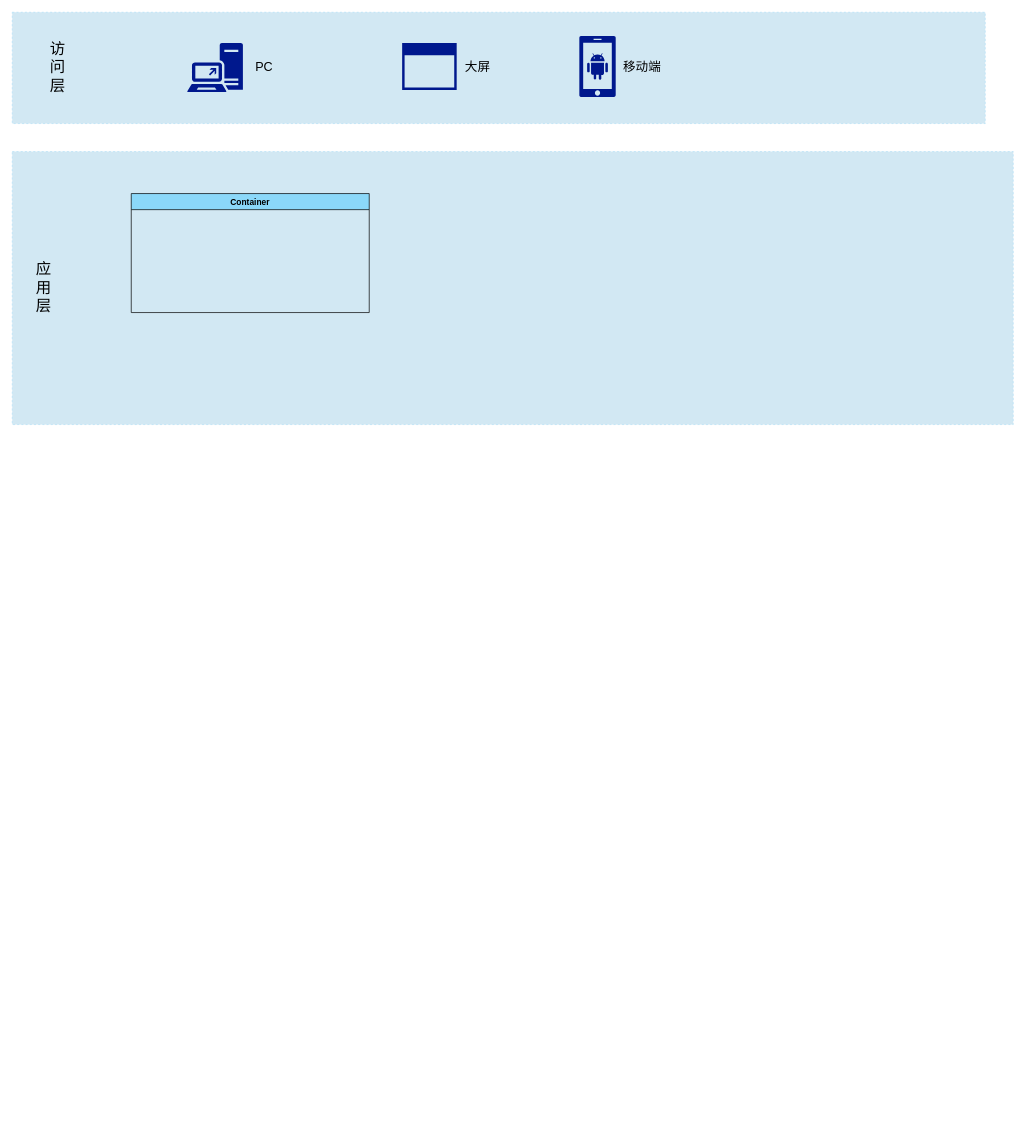
Earlier version of the draw.io diagram 油库物联网平台/系统架构图.drawio (xuekang/drawio). Source tidied: cells renumbered, new cells numbered last; positions are measured from the earlier drawing's top-left corner, leaving out a move shared by most shapes. Both pictures are drawn from the tidied source at 70%, with x=0, y=0 at pixel (12, 12).
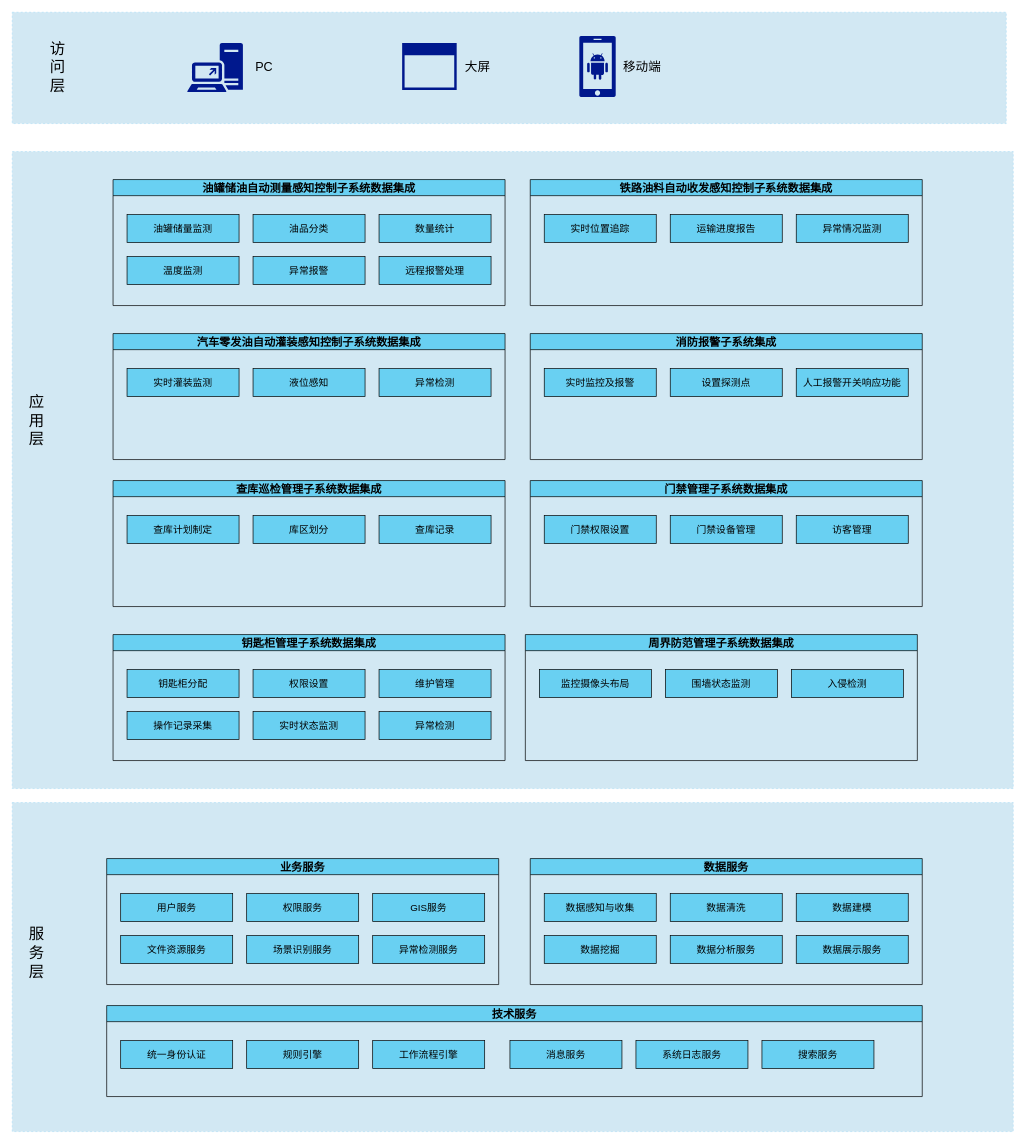
The same page after the edit.

Commit message (it also covers changes not shown here):
更新系统架构图.drawio

Diff of the diagram source:
```diff
@@
     <mxCell id="2" style="rounded=0;whiteSpace=wrap;html=1;fillColor=#d2e8f3;fontColor=#ffffff;strokeColor=#b6e1f7;fillStyle=solid;dashed=1;" parent="1" vertex="1">
-      <mxGeometry width="1390" height="159" as="geometry" />
+      <mxGeometry width="1420" height="159" as="geometry" />
     </mxCell>
@@
     <mxCell id="10" style="rounded=0;whiteSpace=wrap;html=1;fillColor=#d2e8f3;fontColor=#ffffff;strokeColor=#b6e1f7;fillStyle=solid;dashed=1;" parent="1" vertex="1">
-      <mxGeometry y="199" width="1430" height="390" as="geometry" />
+      <mxGeometry y="199" width="1430" height="910" as="geometry" />
     </mxCell>
     <mxCell id="11" value="&lt;span style=&quot;font-size: 22px;&quot;&gt;应用层&lt;/span&gt;" style="text;html=1;strokeColor=none;fillColor=none;align=center;verticalAlign=middle;whiteSpace=wrap;rounded=0;" parent="1" vertex="1">
-      <mxGeometry x="30" y="349" width="30" height="90" as="geometry" />
+      <mxGeometry x="20" y="539" width="30" height="90" as="geometry" />
     </mxCell>
+    <mxCell id="13" style="group;" parent="1" vertex="1">
+      <mxGeometry x="144" y="239" width="560" height="180" as="geometry" />
+    </mxCell>
-    <mxCell id="12" value="Container" style="swimlane;fillColor=#8bd8f9;" parent="1" vertex="1">
-      <mxGeometry x="170" y="259" width="340" height="170" as="geometry" />
+    <mxCell id="12" value="油罐储油自动测量感知控制子系统数据集成" style="swimlane;fillColor=#69D0F2;fontSize=16;" parent="13" vertex="1">
+      <mxGeometry width="560" height="180" as="geometry" />
     </mxCell>
+    <mxCell id="14" value="&lt;p class=&quot;MsoNormal&quot;&gt;&lt;font style=&quot;font-size: 14px;&quot;&gt;油罐储量监测&lt;/font&gt;&lt;/p&gt;" style="rounded=0;whiteSpace=wrap;html=1;fillColor=#69d0f2;" parent="12" vertex="1">
+      <mxGeometry x="20" y="50" width="160" height="40" as="geometry" />
+    </mxCell>
+    <mxCell id="15" value="&lt;p class=&quot;MsoNormal&quot;&gt;&lt;font style=&quot;font-size: 14px;&quot;&gt;温度监测&lt;/font&gt;&lt;/p&gt;" style="rounded=0;whiteSpace=wrap;html=1;fillColor=#69d0f2;" parent="12" vertex="1">
+      <mxGeometry x="20" y="110" width="160" height="40" as="geometry" />
+    </mxCell>
+    <mxCell id="16" value="&lt;p class=&quot;MsoNormal&quot;&gt;&lt;font style=&quot;font-size: 14px;&quot;&gt;异常报警&lt;/font&gt;&lt;/p&gt;" style="rounded=0;whiteSpace=wrap;html=1;fillColor=#69d0f2;" parent="12" vertex="1">
+      <mxGeometry x="200" y="110" width="160" height="40" as="geometry" />
+    </mxCell>
+    <mxCell id="17" value="&lt;p class=&quot;MsoNormal&quot;&gt;&lt;font style=&quot;font-size: 14px;&quot;&gt;远程报警处理&lt;/font&gt;&lt;/p&gt;" style="rounded=0;whiteSpace=wrap;html=1;fillColor=#69d0f2;" parent="12" vertex="1">
+      <mxGeometry x="380" y="110" width="160" height="40" as="geometry" />
+    </mxCell>
+    <mxCell id="18" value="&lt;p class=&quot;MsoNormal&quot;&gt;&lt;font style=&quot;font-size: 14px;&quot;&gt;油品分类&lt;/font&gt;&lt;/p&gt;" style="rounded=0;whiteSpace=wrap;html=1;fillColor=#69d0f2;" parent="12" vertex="1">
+      <mxGeometry x="200" y="50" width="160" height="40" as="geometry" />
+    </mxCell>
+    <mxCell id="19" value="&lt;p class=&quot;MsoNormal&quot;&gt;&lt;font style=&quot;font-size: 14px;&quot;&gt;数量统计&lt;/font&gt;&lt;/p&gt;" style="rounded=0;whiteSpace=wrap;html=1;fillColor=#69d0f2;" parent="12" vertex="1">
+      <mxGeometry x="380" y="50" width="160" height="40" as="geometry" />
+    </mxCell>
+    <mxCell id="20" style="group;" parent="1" vertex="1">
+      <mxGeometry x="740" y="239" width="560" height="180" as="geometry" />
+    </mxCell>
+    <mxCell id="21" value="铁路油料自动收发感知控制子系统数据集成" style="swimlane;fillColor=#69D0F2;fontSize=16;" parent="20" vertex="1">
+      <mxGeometry width="560" height="180" as="geometry" />
+    </mxCell>
+    <mxCell id="22" value="&lt;p class=&quot;MsoNormal&quot;&gt;&lt;font style=&quot;font-size: 14px;&quot;&gt;实时位置追踪&lt;/font&gt;&lt;/p&gt;" style="rounded=0;whiteSpace=wrap;html=1;fillColor=#69d0f2;" parent="21" vertex="1">
+      <mxGeometry x="20" y="50" width="160" height="40" as="geometry" />
+    </mxCell>
+    <mxCell id="23" value="&lt;p class=&quot;MsoNormal&quot;&gt;&lt;font style=&quot;font-size: 14px;&quot;&gt;运输进度报告&lt;/font&gt;&lt;/p&gt;" style="rounded=0;whiteSpace=wrap;html=1;fillColor=#69d0f2;" parent="21" vertex="1">
+      <mxGeometry x="200" y="50" width="160" height="40" as="geometry" />
+    </mxCell>
+    <mxCell id="24" value="&lt;p class=&quot;MsoNormal&quot;&gt;&lt;font style=&quot;font-size: 14px;&quot;&gt;异常情况监测&lt;/font&gt;&lt;/p&gt;" style="rounded=0;whiteSpace=wrap;html=1;fillColor=#69d0f2;" parent="21" vertex="1">
+      <mxGeometry x="380" y="50" width="160" height="40" as="geometry" />
+    </mxCell>
+    <mxCell id="25" style="group;" parent="1" vertex="1">
+      <mxGeometry x="144" y="459" width="560" height="180" as="geometry" />
+    </mxCell>
+    <mxCell id="26" value="汽车零发油自动灌装感知控制子系统数据集成" style="swimlane;fillColor=#69D0F2;fontSize=16;" parent="25" vertex="1">
+      <mxGeometry width="560" height="180" as="geometry" />
+    </mxCell>
+    <mxCell id="27" value="&lt;p class=&quot;MsoNormal&quot;&gt;&lt;font style=&quot;font-size: 14px;&quot;&gt;实时灌装监测&lt;/font&gt;&lt;/p&gt;" style="rounded=0;whiteSpace=wrap;html=1;fillColor=#69d0f2;" parent="26" vertex="1">
+      <mxGeometry x="20" y="50" width="160" height="40" as="geometry" />
+    </mxCell>
+    <mxCell id="28" value="&lt;p class=&quot;MsoNormal&quot;&gt;&lt;font style=&quot;font-size: 14px;&quot;&gt;液位感知&lt;/font&gt;&lt;/p&gt;" style="rounded=0;whiteSpace=wrap;html=1;fillColor=#69d0f2;" parent="26" vertex="1">
+      <mxGeometry x="200" y="50" width="160" height="40" as="geometry" />
+    </mxCell>
+    <mxCell id="29" value="&lt;p class=&quot;MsoNormal&quot;&gt;&lt;font style=&quot;font-size: 14px;&quot;&gt;异常检测&lt;/font&gt;&lt;/p&gt;" style="rounded=0;whiteSpace=wrap;html=1;fillColor=#69d0f2;" parent="26" vertex="1">
+      <mxGeometry x="380" y="50" width="160" height="40" as="geometry" />
+    </mxCell>
+    <mxCell id="30" style="group;" parent="1" vertex="1">
+      <mxGeometry x="740" y="459" width="560" height="180" as="geometry" />
+    </mxCell>
+    <mxCell id="31" value="消防报警子系统集成" style="swimlane;fillColor=#69D0F2;fontSize=16;" parent="30" vertex="1">
+      <mxGeometry width="560" height="180" as="geometry" />
+    </mxCell>
+    <mxCell id="32" value="&lt;p class=&quot;MsoNormal&quot;&gt;&lt;span style=&quot;font-size: 14px;&quot;&gt;实时监控及报警&lt;/span&gt;&lt;/p&gt;" style="rounded=0;whiteSpace=wrap;html=1;fillColor=#69d0f2;" parent="31" vertex="1">
+      <mxGeometry x="20" y="50" width="160" height="40" as="geometry" />
+    </mxCell>
+    <mxCell id="33" value="&lt;p class=&quot;MsoNormal&quot;&gt;&lt;span style=&quot;font-size: 14px;&quot;&gt;设置探测点&lt;/span&gt;&lt;/p&gt;" style="rounded=0;whiteSpace=wrap;html=1;fillColor=#69d0f2;" parent="31" vertex="1">
+      <mxGeometry x="200" y="50" width="160" height="40" as="geometry" />
+    </mxCell>
+    <mxCell id="34" value="&lt;p class=&quot;MsoNormal&quot;&gt;&lt;font style=&quot;font-size: 14px;&quot;&gt;人工报警开关响应功能&lt;/font&gt;&lt;/p&gt;" style="rounded=0;whiteSpace=wrap;html=1;fillColor=#69d0f2;" parent="31" vertex="1">
+      <mxGeometry x="380" y="50" width="160" height="40" as="geometry" />
+    </mxCell>
+    <mxCell id="35" style="group;" parent="1" vertex="1">
+      <mxGeometry x="144" y="669" width="560" height="180" as="geometry" />
+    </mxCell>
+    <mxCell id="36" value="查库巡检管理子系统数据集成" style="swimlane;fillColor=#69D0F2;fontSize=16;" parent="35" vertex="1">
+      <mxGeometry width="560" height="180" as="geometry" />
+    </mxCell>
+    <mxCell id="37" value="&lt;p class=&quot;MsoNormal&quot;&gt;&lt;font style=&quot;font-size: 14px;&quot;&gt;查库计划制定&lt;/font&gt;&lt;/p&gt;" style="rounded=0;whiteSpace=wrap;html=1;fillColor=#69d0f2;" parent="36" vertex="1">
+      <mxGeometry x="20" y="50" width="160" height="40" as="geometry" />
+    </mxCell>
+    <mxCell id="38" value="&lt;p class=&quot;MsoNormal&quot;&gt;&lt;font style=&quot;font-size: 14px;&quot;&gt;库区划分&lt;/font&gt;&lt;/p&gt;" style="rounded=0;whiteSpace=wrap;html=1;fillColor=#69d0f2;" parent="36" vertex="1">
+      <mxGeometry x="200" y="50" width="160" height="40" as="geometry" />
+    </mxCell>
+    <mxCell id="39" value="&lt;p class=&quot;MsoNormal&quot;&gt;&lt;font style=&quot;font-size: 14px;&quot;&gt;查库记录&lt;/font&gt;&lt;/p&gt;" style="rounded=0;whiteSpace=wrap;html=1;fillColor=#69d0f2;" parent="36" vertex="1">
+      <mxGeometry x="380" y="50" width="160" height="40" as="geometry" />
+    </mxCell>
+    <mxCell id="40" style="group;" parent="1" vertex="1">
+      <mxGeometry x="740" y="669" width="560" height="180" as="geometry" />
+    </mxCell>
+    <mxCell id="41" value="门禁管理子系统数据集成" style="swimlane;fillColor=#69D0F2;fontSize=16;" parent="40" vertex="1">
+      <mxGeometry width="560" height="180" as="geometry" />
+    </mxCell>
+    <mxCell id="42" value="&lt;p class=&quot;MsoNormal&quot;&gt;&lt;font style=&quot;font-size: 14px;&quot;&gt;门禁权限设置&lt;/font&gt;&lt;/p&gt;" style="rounded=0;whiteSpace=wrap;html=1;fillColor=#69d0f2;" parent="41" vertex="1">
+      <mxGeometry x="20" y="50" width="160" height="40" as="geometry" />
+    </mxCell>
+    <mxCell id="43" value="&lt;p class=&quot;MsoNormal&quot;&gt;&lt;font style=&quot;font-size: 14px;&quot;&gt;门禁设备管理&lt;/font&gt;&lt;/p&gt;" style="rounded=0;whiteSpace=wrap;html=1;fillColor=#69d0f2;" parent="41" vertex="1">
+      <mxGeometry x="200" y="50" width="160" height="40" as="geometry" />
+    </mxCell>
+    <mxCell id="44" value="&lt;p class=&quot;MsoNormal&quot;&gt;&lt;font style=&quot;font-size: 14px;&quot;&gt;访客管理&lt;/font&gt;&lt;/p&gt;" style="rounded=0;whiteSpace=wrap;html=1;fillColor=#69d0f2;" parent="41" vertex="1">
+      <mxGeometry x="380" y="50" width="160" height="40" as="geometry" />
+    </mxCell>
+    <mxCell id="45" style="group;" parent="1" vertex="1">
+      <mxGeometry x="144" y="889" width="560" height="180" as="geometry" />
+    </mxCell>
+    <mxCell id="46" value="钥匙柜管理子系统数据集成" style="swimlane;fillColor=#69D0F2;fontSize=16;" parent="45" vertex="1">
+      <mxGeometry width="560" height="180" as="geometry" />
+    </mxCell>
+    <mxCell id="47" value="&lt;p class=&quot;MsoNormal&quot;&gt;&lt;font style=&quot;font-size: 14px;&quot;&gt;钥匙柜分配&lt;/font&gt;&lt;/p&gt;" style="rounded=0;whiteSpace=wrap;html=1;fillColor=#69d0f2;" parent="46" vertex="1">
+      <mxGeometry x="20" y="50" width="160" height="40" as="geometry" />
+    </mxCell>
+    <mxCell id="48" value="&lt;p class=&quot;MsoNormal&quot;&gt;&lt;font style=&quot;font-size: 14px;&quot;&gt;操作记录采集&lt;/font&gt;&lt;/p&gt;" style="rounded=0;whiteSpace=wrap;html=1;fillColor=#69d0f2;" parent="46" vertex="1">
+      <mxGeometry x="20" y="110" width="160" height="40" as="geometry" />
+    </mxCell>
+    <mxCell id="49" value="&lt;p class=&quot;MsoNormal&quot;&gt;&lt;font style=&quot;font-size: 14px;&quot;&gt;实时状态监测&lt;/font&gt;&lt;/p&gt;" style="rounded=0;whiteSpace=wrap;html=1;fillColor=#69d0f2;" parent="46" vertex="1">
+      <mxGeometry x="200" y="110" width="160" height="40" as="geometry" />
+    </mxCell>
+    <mxCell id="50" value="&lt;p class=&quot;MsoNormal&quot;&gt;&lt;font style=&quot;font-size: 14px;&quot;&gt;异常检测&lt;/font&gt;&lt;/p&gt;" style="rounded=0;whiteSpace=wrap;html=1;fillColor=#69d0f2;" parent="46" vertex="1">
+      <mxGeometry x="380" y="110" width="160" height="40" as="geometry" />
+    </mxCell>
+    <mxCell id="51" value="&lt;p class=&quot;MsoNormal&quot;&gt;&lt;font style=&quot;font-size: 14px;&quot;&gt;权限设置&lt;/font&gt;&lt;/p&gt;" style="rounded=0;whiteSpace=wrap;html=1;fillColor=#69d0f2;" parent="46" vertex="1">
+      <mxGeometry x="200" y="50" width="160" height="40" as="geometry" />
+    </mxCell>
+    <mxCell id="52" value="&lt;p class=&quot;MsoNormal&quot;&gt;&lt;font style=&quot;font-size: 14px;&quot;&gt;维护管理&lt;/font&gt;&lt;/p&gt;" style="rounded=0;whiteSpace=wrap;html=1;fillColor=#69d0f2;" parent="46" vertex="1">
+      <mxGeometry x="380" y="50" width="160" height="40" as="geometry" />
+    </mxCell>
+    <mxCell id="53" style="group;" parent="1" vertex="1">
+      <mxGeometry x="733" y="889" width="560" height="180" as="geometry" />
+    </mxCell>
+    <mxCell id="54" value="周界防范管理子系统数据集成" style="swimlane;fillColor=#69D0F2;fontSize=16;" parent="53" vertex="1">
+      <mxGeometry width="560" height="180" as="geometry" />
+    </mxCell>
+    <mxCell id="55" value="&lt;p class=&quot;MsoNormal&quot;&gt;&lt;font style=&quot;font-size: 14px;&quot;&gt;监控摄像头布局&lt;/font&gt;&lt;/p&gt;" style="rounded=0;whiteSpace=wrap;html=1;fillColor=#69d0f2;" parent="54" vertex="1">
+      <mxGeometry x="20" y="50" width="160" height="40" as="geometry" />
+    </mxCell>
+    <mxCell id="56" value="&lt;p class=&quot;MsoNormal&quot;&gt;&lt;font style=&quot;font-size: 14px;&quot;&gt;围墙状态监测&lt;/font&gt;&lt;/p&gt;" style="rounded=0;whiteSpace=wrap;html=1;fillColor=#69d0f2;" parent="54" vertex="1">
+      <mxGeometry x="200" y="50" width="160" height="40" as="geometry" />
+    </mxCell>
+    <mxCell id="57" value="&lt;p class=&quot;MsoNormal&quot;&gt;&lt;font style=&quot;font-size: 14px;&quot;&gt;入侵检测&lt;/font&gt;&lt;/p&gt;" style="rounded=0;whiteSpace=wrap;html=1;fillColor=#69d0f2;" parent="54" vertex="1">
+      <mxGeometry x="380" y="50" width="160" height="40" as="geometry" />
+    </mxCell>
+    <mxCell id="58" style="rounded=0;whiteSpace=wrap;html=1;fillColor=#d2e8f3;fontColor=#ffffff;strokeColor=#b6e1f7;fillStyle=solid;dashed=1;" parent="1" vertex="1">
+      <mxGeometry y="1129" width="1430" height="470" as="geometry" />
+    </mxCell>
+    <mxCell id="59" value="&lt;span style=&quot;font-size: 22px;&quot;&gt;服务层&lt;/span&gt;" style="text;html=1;strokeColor=none;fillColor=none;align=center;verticalAlign=middle;whiteSpace=wrap;rounded=0;" parent="1" vertex="1">
+      <mxGeometry x="20" y="1299" width="30" height="90" as="geometry" />
+    </mxCell>
+    <mxCell id="60" style="group;" parent="1" vertex="1">
+      <mxGeometry x="134.9" y="1209" width="560" height="180" as="geometry" />
+    </mxCell>
+    <mxCell id="61" value="业务服务" style="swimlane;fillColor=#69D0F2;fontSize=16;startSize=23;" parent="60" vertex="1">
+      <mxGeometry width="560" height="180" as="geometry" />
+    </mxCell>
+    <mxCell id="62" value="&lt;font style=&quot;font-size: 14px;&quot;&gt;用户服务&lt;/font&gt;" style="rounded=0;whiteSpace=wrap;html=1;fillColor=#69d0f2;" parent="61" vertex="1">
+      <mxGeometry x="20" y="50" width="160" height="40" as="geometry" />
+    </mxCell>
+    <mxCell id="63" value="&lt;p class=&quot;MsoNormal&quot;&gt;&lt;font style=&quot;font-size: 14px;&quot;&gt;文件资源服务&lt;/font&gt;&lt;br&gt;&lt;/p&gt;" style="rounded=0;whiteSpace=wrap;html=1;fillColor=#69d0f2;" parent="61" vertex="1">
+      <mxGeometry x="20" y="110" width="160" height="40" as="geometry" />
+    </mxCell>
+    <mxCell id="64" value="&lt;p class=&quot;MsoNormal&quot;&gt;&lt;span style=&quot;font-size: 14px;&quot;&gt;场景识别服务&lt;/span&gt;&lt;/p&gt;" style="rounded=0;whiteSpace=wrap;html=1;fillColor=#69d0f2;" parent="61" vertex="1">
+      <mxGeometry x="200" y="110" width="160" height="40" as="geometry" />
+    </mxCell>
+    <mxCell id="65" value="&lt;p class=&quot;MsoNormal&quot;&gt;&lt;font style=&quot;font-size: 14px;&quot;&gt;异常检测服务&lt;/font&gt;&lt;/p&gt;" style="rounded=0;whiteSpace=wrap;html=1;fillColor=#69d0f2;" parent="61" vertex="1">
+      <mxGeometry x="380" y="110" width="160" height="40" as="geometry" />
+    </mxCell>
+    <mxCell id="66" value="&lt;p class=&quot;MsoNormal&quot;&gt;&lt;font style=&quot;font-size: 14px;&quot;&gt;权限服务&lt;/font&gt;&lt;/p&gt;" style="rounded=0;whiteSpace=wrap;html=1;fillColor=#69d0f2;" parent="61" vertex="1">
+      <mxGeometry x="200" y="50" width="160" height="40" as="geometry" />
+    </mxCell>
+    <mxCell id="67" value="&lt;span style=&quot;font-size: 14px;&quot;&gt;GIS服务&lt;/span&gt;" style="rounded=0;whiteSpace=wrap;html=1;fillColor=#69d0f2;" parent="61" vertex="1">
+      <mxGeometry x="380" y="50" width="160" height="40" as="geometry" />
+    </mxCell>
+    <mxCell id="68" style="group;" parent="1" vertex="1">
+      <mxGeometry x="740" y="1209" width="560" height="180" as="geometry" />
+    </mxCell>
+    <mxCell id="69" value="数据服务" style="swimlane;fillColor=#69D0F2;fontSize=16;startSize=23;" parent="68" vertex="1">
+      <mxGeometry width="560" height="180" as="geometry" />
+    </mxCell>
+    <mxCell id="70" value="&lt;span style=&quot;font-size: 14px;&quot;&gt;数据感知与收集&lt;/span&gt;" style="rounded=0;whiteSpace=wrap;html=1;fillColor=#69d0f2;" parent="69" vertex="1">
+      <mxGeometry x="20" y="50" width="160" height="40" as="geometry" />
+    </mxCell>
+    <mxCell id="71" value="&lt;p class=&quot;MsoNormal&quot;&gt;&lt;font style=&quot;font-size: 14px;&quot;&gt;数据挖掘&lt;/font&gt;&lt;/p&gt;" style="rounded=0;whiteSpace=wrap;html=1;fillColor=#69d0f2;" parent="69" vertex="1">
+      <mxGeometry x="20" y="110" width="160" height="40" as="geometry" />
+    </mxCell>
+    <mxCell id="72" value="&lt;font style=&quot;font-size: 14px;&quot;&gt;数据分析服务&lt;/font&gt;" style="rounded=0;whiteSpace=wrap;html=1;fillColor=#69d0f2;" parent="69" vertex="1">
+      <mxGeometry x="200" y="110" width="160" height="40" as="geometry" />
+    </mxCell>
+    <mxCell id="73" value="&lt;p class=&quot;MsoNormal&quot;&gt;&lt;font style=&quot;font-size: 14px;&quot;&gt;数据展示服务&lt;/font&gt;&lt;/p&gt;" style="rounded=0;whiteSpace=wrap;html=1;fillColor=#69d0f2;" parent="69" vertex="1">
+      <mxGeometry x="380" y="110" width="160" height="40" as="geometry" />
+    </mxCell>
+    <mxCell id="74" value="&lt;p class=&quot;MsoNormal&quot;&gt;&lt;span style=&quot;font-size: 14px;&quot;&gt;数据清洗&lt;/span&gt;&lt;/p&gt;" style="rounded=0;whiteSpace=wrap;html=1;fillColor=#69d0f2;" parent="69" vertex="1">
+      <mxGeometry x="200" y="50" width="160" height="40" as="geometry" />
+    </mxCell>
+    <mxCell id="75" value="&lt;span style=&quot;font-size: 14px;&quot;&gt;数据建模&lt;/span&gt;" style="rounded=0;whiteSpace=wrap;html=1;fillColor=#69d0f2;" parent="69" vertex="1">
+      <mxGeometry x="380" y="50" width="160" height="40" as="geometry" />
+    </mxCell>
+    <mxCell id="76" value="技术服务" style="swimlane;fillColor=#69D0F2;fontSize=16;startSize=23;" parent="1" vertex="1">
+      <mxGeometry x="134.9" y="1419" width="1165.1" height="130" as="geometry" />
+    </mxCell>
+    <mxCell id="77" value="&lt;span style=&quot;font-size: 14px;&quot;&gt;统一身份认证&lt;/span&gt;" style="rounded=0;whiteSpace=wrap;html=1;fillColor=#69d0f2;" parent="76" vertex="1">
+      <mxGeometry x="20" y="50" width="160" height="40" as="geometry" />
+    </mxCell>
+    <mxCell id="78" value="&lt;p class=&quot;MsoNormal&quot;&gt;&lt;span style=&quot;font-size: 14px;&quot;&gt;消息服务&lt;/span&gt;&lt;/p&gt;" style="rounded=0;whiteSpace=wrap;html=1;fillColor=#69d0f2;" parent="76" vertex="1">
+      <mxGeometry x="576.1" y="50" width="160" height="40" as="geometry" />
+    </mxCell>
+    <mxCell id="79" value="&lt;p class=&quot;MsoNormal&quot;&gt;&lt;span style=&quot;font-size: 14px;&quot;&gt;系统日志服务&lt;/span&gt;&lt;/p&gt;" style="rounded=0;whiteSpace=wrap;html=1;fillColor=#69d0f2;" parent="76" vertex="1">
+      <mxGeometry x="756.1" y="50" width="160" height="40" as="geometry" />
+    </mxCell>
+    <mxCell id="80" value="&lt;p class=&quot;MsoNormal&quot;&gt;&lt;span style=&quot;font-size: 14px;&quot;&gt;搜索服务&lt;/span&gt;&lt;/p&gt;" style="rounded=0;whiteSpace=wrap;html=1;fillColor=#69d0f2;" parent="76" vertex="1">
+      <mxGeometry x="936.1" y="50" width="160" height="40" as="geometry" />
+    </mxCell>
+    <mxCell id="81" value="&lt;p class=&quot;MsoNormal&quot;&gt;&lt;span style=&quot;font-size: 14px;&quot;&gt;规则引擎&lt;/span&gt;&lt;/p&gt;" style="rounded=0;whiteSpace=wrap;html=1;fillColor=#69d0f2;" parent="76" vertex="1">
+      <mxGeometry x="200" y="50" width="160" height="40" as="geometry" />
+    </mxCell>
+    <mxCell id="82" value="&lt;span style=&quot;font-size: 14px;&quot;&gt;工作流程引擎&lt;/span&gt;" style="rounded=0;whiteSpace=wrap;html=1;fillColor=#69d0f2;" parent="76" vertex="1">
+      <mxGeometry x="380" y="50" width="160" height="40" as="geometry" />
+    </mxCell>
```
